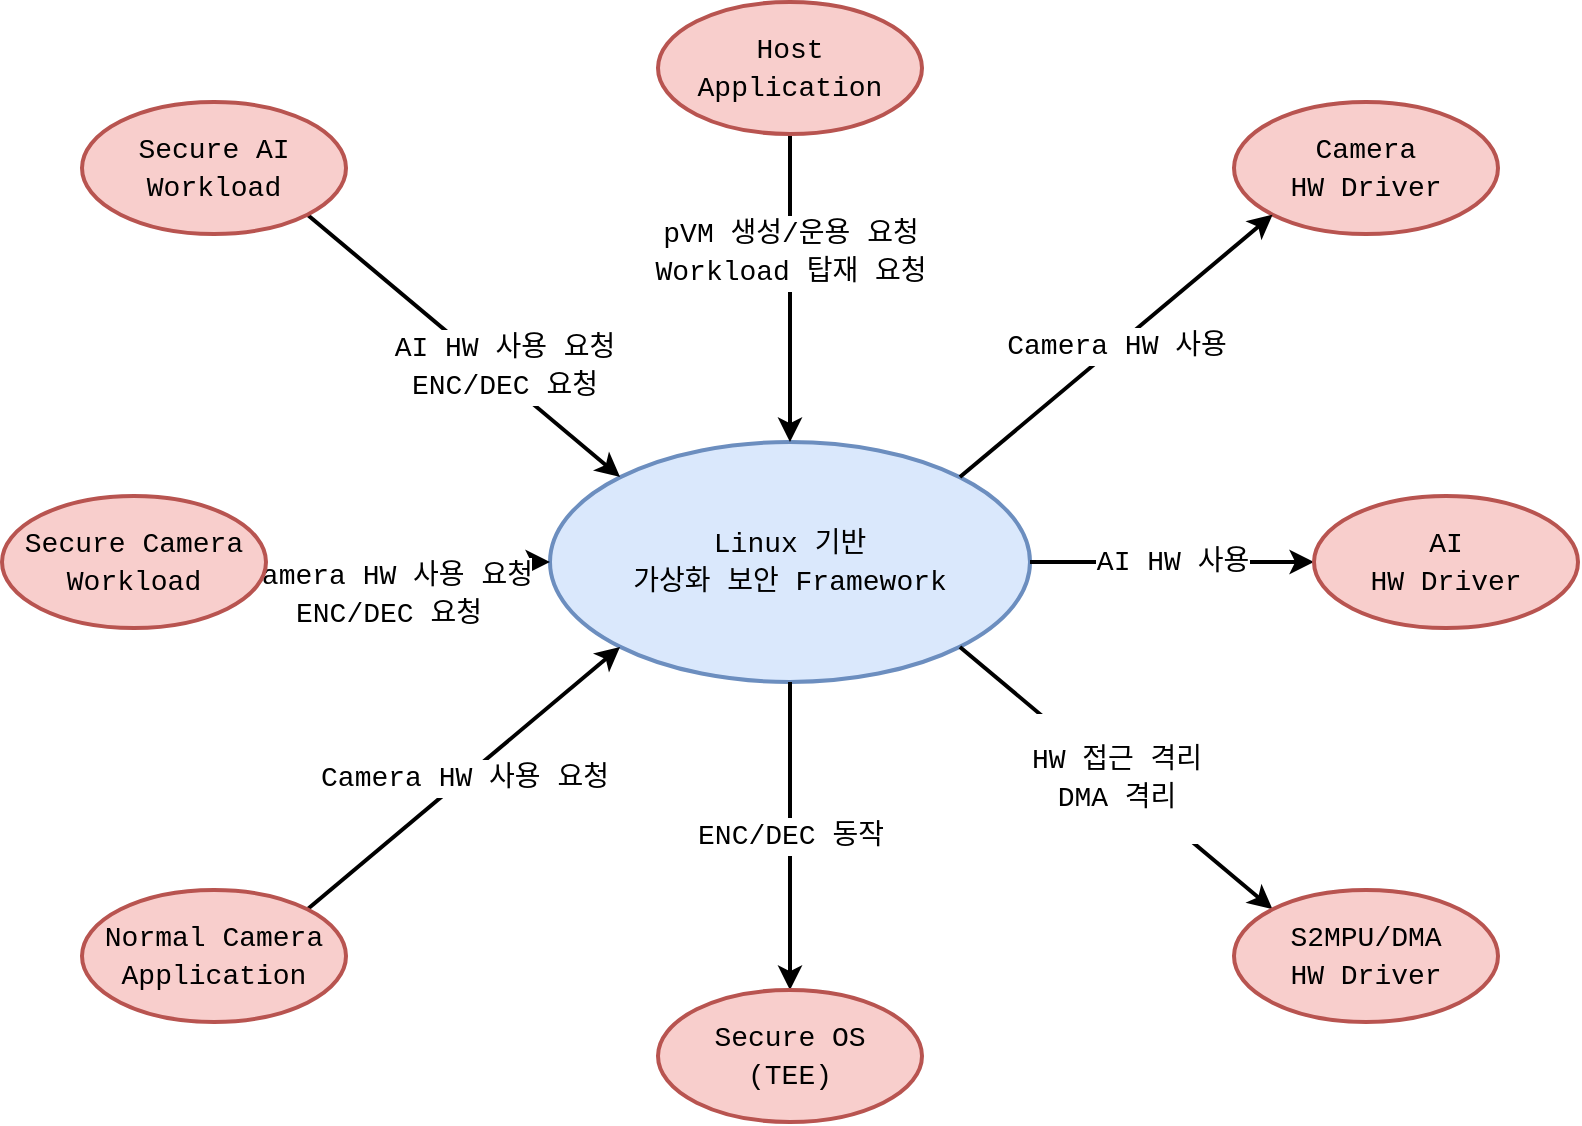
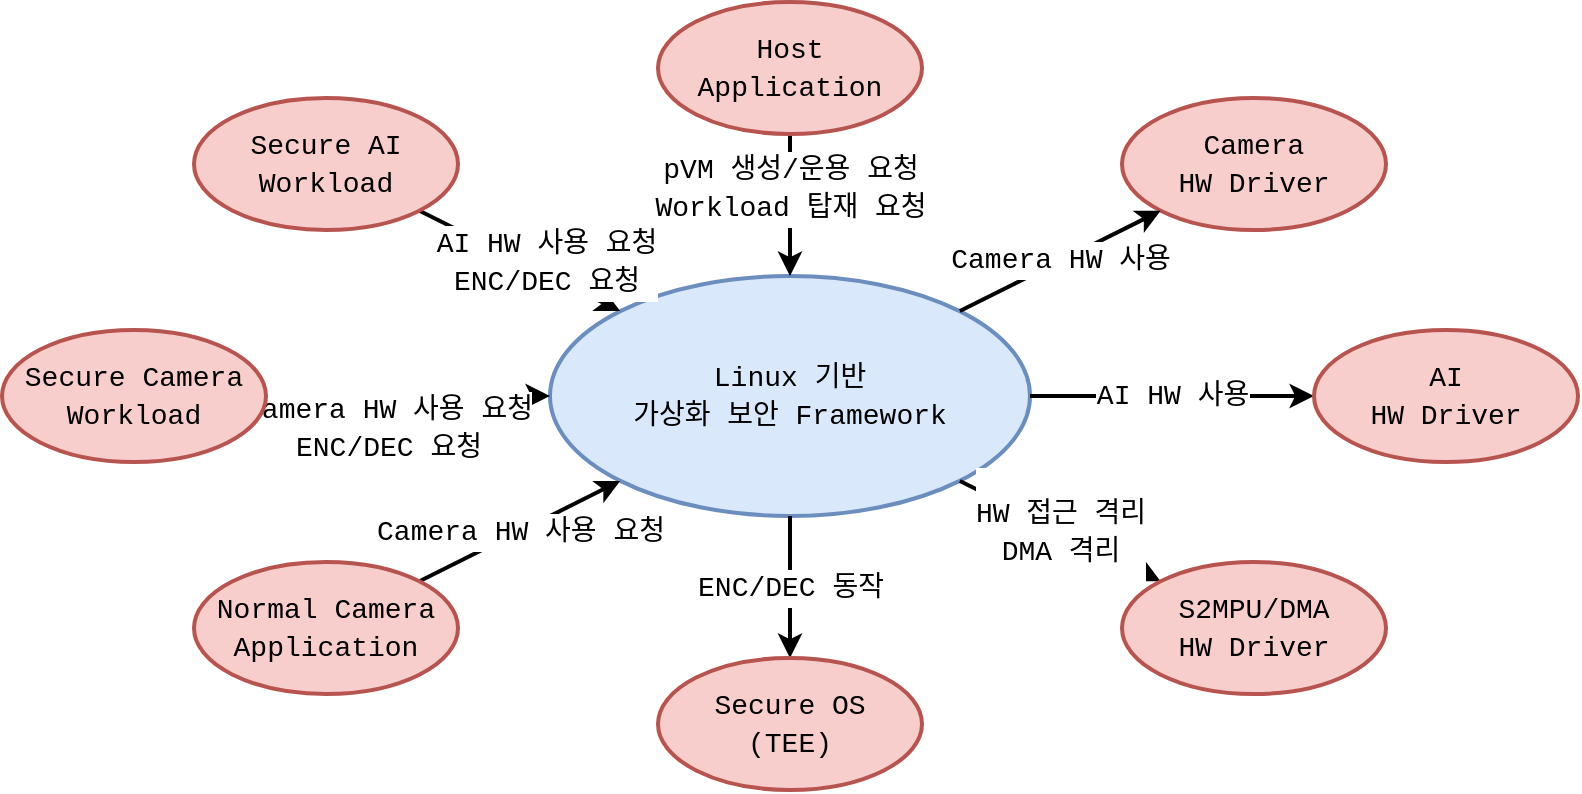
<mxfile host="Electron">
  <diagram name="페이지-1" id="O1gHUZku-QY6lvIbZebq">
    <mxGraphModel dx="320" dy="626" grid="1" gridSize="10" guides="1" tooltips="1" connect="1" arrows="1" fold="1" page="1" pageScale="1" pageWidth="827" pageHeight="1169" math="0" shadow="0">
      <root>
        <mxCell id="0" />
        <mxCell id="1" parent="0" />
        <mxCell id="WeuE258NsUWf7OQpjnIA-1" parent="1" style="ellipse;whiteSpace=wrap;html=1;labelBackgroundColor=none;strokeWidth=2;fillColor=#dae8fc;strokeColor=#6c8ebf;" value="&lt;div style=&quot;font-family: Consolas, &amp;quot;Courier New&amp;quot;, monospace; font-size: 14px; line-height: 19px; white-space: pre;&quot;&gt;&lt;span style=&quot;&quot;&gt;Linux 기반&lt;/span&gt;&lt;/div&gt;&lt;div style=&quot;font-family: Consolas, &amp;quot;Courier New&amp;quot;, monospace; font-size: 14px; line-height: 19px; white-space: pre;&quot;&gt;&lt;span style=&quot;&quot;&gt;가상화 보안 Framework&lt;/span&gt;&lt;/div&gt; " vertex="1">
          <mxGeometry height="120" width="240" x="294" y="260" as="geometry" />
        </mxCell>
        <mxCell id="WeuE258NsUWf7OQpjnIA-2" edge="1" parent="1" source="WeuE258NsUWf7OQpjnIA-3" style="rounded=0;jettySize=auto;html=1;endArrow=classic;endFill=1;strokeWidth=2;startArrow=none;startFill=0;entryX=0.500;entryY=0.000;entryDx=0;entryDy=0;entryPerimeter=0;exitX=0.500;exitY=1.000;exitDx=0;exitDy=0;exitPerimeter=0;" target="WeuE258NsUWf7OQpjnIA-1" value="&lt;div style=&quot;color: rgb(0, 0, 0); background-color: rgb(255, 255, 255); font-family: Consolas, &amp;quot;Courier New&amp;quot;, monospace; font-weight: normal; font-size: 14px; line-height: 19px; white-space: pre;&quot;&gt;&lt;div&gt;&lt;span style=&quot;color: rgb(0, 0, 0);&quot;&gt;pVM 생성/운용 요청&lt;/span&gt;&lt;/div&gt;&lt;div&gt;&lt;span style=&quot;color: rgb(0, 0, 0);&quot;&gt;Workload 탑재 요청&lt;/span&gt;&lt;/div&gt;&lt;/div&gt;">
          <mxGeometry relative="1" x="-0.2381" as="geometry">
            <mxPoint as="offset" />
          </mxGeometry>
        </mxCell>
        <mxCell id="WeuE258NsUWf7OQpjnIA-3" parent="1" style="ellipse;whiteSpace=wrap;html=1;labelBackgroundColor=none;strokeWidth=2;fillColor=#f8cecc;strokeColor=#b85450;" value="&lt;div style=&quot;font-family: Consolas, &amp;quot;Courier New&amp;quot;, monospace; font-size: 14px; line-height: 19px; white-space: pre;&quot;&gt;&lt;div style=&quot;line-height: 19px;&quot;&gt;&lt;span style=&quot;&quot;&gt;Host&lt;/span&gt;&lt;/div&gt;&lt;div style=&quot;line-height: 19px;&quot;&gt;&lt;span style=&quot;&quot;&gt;Application&lt;/span&gt;&lt;/div&gt;&lt;/div&gt; " vertex="1">
-           <mxGeometry height="66" width="132" x="348" y="40" as="geometry" />
+           <mxGeometry height="66" width="132" x="348" y="123" as="geometry" />
        </mxCell>
        <mxCell id="WeuE258NsUWf7OQpjnIA-4" edge="1" parent="1" source="WeuE258NsUWf7OQpjnIA-5" style="rounded=0;jettySize=auto;html=1;endArrow=classic;endFill=1;strokeWidth=2;startArrow=none;startFill=0;entryX=0.146;entryY=0.146;entryDx=0;entryDy=0;entryPerimeter=0;exitX=0.854;exitY=0.854;exitDx=0;exitDy=0;exitPerimeter=0;" target="WeuE258NsUWf7OQpjnIA-1" value="&lt;div style=&quot;color: rgb(0, 0, 0); background-color: rgb(255, 255, 255); font-family: Consolas, &amp;quot;Courier New&amp;quot;, monospace; font-weight: normal; font-size: 14px; line-height: 19px; white-space: pre;&quot;&gt;&lt;div&gt;&lt;span style=&quot;color: rgb(0, 0, 0);&quot;&gt;AI HW 사용 요청&lt;/span&gt;&lt;/div&gt;&lt;div&gt;&lt;span style=&quot;color: rgb(0, 0, 0);&quot;&gt;ENC/DEC 요청&lt;/span&gt;&lt;/div&gt;&lt;/div&gt;">
          <mxGeometry relative="1" x="0.2103" y="5" as="geometry">
            <mxPoint as="offset" />
          </mxGeometry>
        </mxCell>
        <mxCell id="WeuE258NsUWf7OQpjnIA-5" parent="1" style="ellipse;whiteSpace=wrap;html=1;labelBackgroundColor=none;strokeWidth=2;fillColor=#f8cecc;strokeColor=#b85450;" value="&lt;div style=&quot;font-family: Consolas, &amp;quot;Courier New&amp;quot;, monospace; font-size: 14px; line-height: 19px; white-space: pre;&quot;&gt;&lt;div style=&quot;line-height: 19px;&quot;&gt;&lt;div style=&quot;line-height: 19px;&quot;&gt;Secure AI&lt;/div&gt;&lt;div style=&quot;line-height: 19px;&quot;&gt;&lt;span style=&quot;background-color: transparent; color: light-dark(rgb(0, 0, 0), rgb(237, 237, 237));&quot;&gt;Workload&lt;/span&gt;&lt;br&gt;&lt;/div&gt;&lt;/div&gt;&lt;/div&gt; " vertex="1">
-           <mxGeometry height="66" width="132" x="60" y="90" as="geometry" />
+           <mxGeometry height="66" width="132" x="116" y="171" as="geometry" />
        </mxCell>
        <mxCell id="WeuE258NsUWf7OQpjnIA-8" parent="1" style="ellipse;whiteSpace=wrap;html=1;fillColor=#f8cecc;labelBackgroundColor=none;strokeWidth=2;strokeColor=#b85450;" value="&lt;div style=&quot;font-family: Consolas, &amp;quot;Courier New&amp;quot;, monospace; font-size: 14px; line-height: 19px; white-space: pre;&quot;&gt;&lt;div style=&quot;line-height: 19px;&quot;&gt;&lt;div style=&quot;line-height: 19px;&quot;&gt;&lt;div style=&quot;line-height: 19px;&quot;&gt;&lt;div style=&quot;line-height: 19px;&quot;&gt;&lt;div style=&quot;line-height: 19px;&quot;&gt;Camera&lt;/div&gt;&lt;div style=&quot;line-height: 19px;&quot;&gt;HW Driver&lt;/div&gt;&lt;/div&gt;&lt;/div&gt;&lt;/div&gt;&lt;/div&gt;&lt;/div&gt; " vertex="1">
-           <mxGeometry height="66" width="132" x="636" y="90" as="geometry" />
+           <mxGeometry height="66" width="132" x="580" y="171" as="geometry" />
        </mxCell>
        <mxCell id="WeuE258NsUWf7OQpjnIA-9" edge="1" parent="1" source="WeuE258NsUWf7OQpjnIA-10" style="rounded=0;jettySize=auto;html=1;endArrow=none;endFill=0;strokeWidth=2;startArrow=classic;startFill=1;entryX=1.000;entryY=0.500;entryDx=0;entryDy=0;entryPerimeter=0;exitX=0.000;exitY=0.500;exitDx=0;exitDy=0;exitPerimeter=0;" target="WeuE258NsUWf7OQpjnIA-1" value="&lt;div style=&quot;color: rgb(0, 0, 0); background-color: rgb(255, 255, 255); font-family: Consolas, &amp;quot;Courier New&amp;quot;, monospace; font-weight: normal; font-size: 14px; line-height: 19px; white-space: pre;&quot;&gt;&lt;div&gt;&lt;span style=&quot;color: rgb(0, 0, 0);&quot;&gt;AI HW 사용&lt;/span&gt;&lt;/div&gt;&lt;/div&gt;">
          <mxGeometry relative="1" as="geometry" />
        </mxCell>
        <mxCell id="WeuE258NsUWf7OQpjnIA-10" parent="1" style="ellipse;whiteSpace=wrap;html=1;fillColor=#f8cecc;labelBackgroundColor=none;strokeWidth=2;strokeColor=#b85450;" value="&lt;div style=&quot;font-family: Consolas, &amp;quot;Courier New&amp;quot;, monospace; font-size: 14px; line-height: 19px; white-space: pre;&quot;&gt;&lt;div style=&quot;line-height: 19px;&quot;&gt;&lt;div style=&quot;line-height: 19px;&quot;&gt;&lt;div style=&quot;line-height: 19px;&quot;&gt;&lt;div style=&quot;line-height: 19px;&quot;&gt;&lt;div style=&quot;line-height: 19px;&quot;&gt;&lt;div style=&quot;line-height: 19px;&quot;&gt;&lt;div style=&quot;line-height: 19px;&quot;&gt;AI&lt;/div&gt;&lt;div style=&quot;line-height: 19px;&quot;&gt;&lt;span style=&quot;color: light-dark(rgb(0, 0, 0), rgb(237, 237, 237));&quot;&gt;HW Driver&lt;/span&gt;&lt;/div&gt;&lt;/div&gt;&lt;/div&gt;&lt;/div&gt;&lt;/div&gt;&lt;/div&gt;&lt;/div&gt;&lt;/div&gt; " vertex="1">
          <mxGeometry height="66" width="132" x="676" y="287" as="geometry" />
        </mxCell>
        <mxCell id="WeuE258NsUWf7OQpjnIA-11" edge="1" parent="1" source="WeuE258NsUWf7OQpjnIA-12" style="rounded=0;jettySize=auto;html=1;endArrow=none;endFill=0;strokeWidth=2;startArrow=classic;startFill=1;entryX=0.854;entryY=0.854;entryDx=0;entryDy=0;entryPerimeter=0;exitX=0.146;exitY=0.146;exitDx=0;exitDy=0;exitPerimeter=0;" target="WeuE258NsUWf7OQpjnIA-1" value="&lt;br&gt;&lt;div style=&quot;color: rgb(0, 0, 0); background-color: rgb(255, 255, 255); font-family: Consolas, &amp;quot;Courier New&amp;quot;, monospace; font-weight: normal; font-size: 14px; line-height: 19px; white-space: pre;&quot;&gt;&lt;div&gt;&lt;span style=&quot;color: rgb(0, 0, 0);&quot;&gt;HW 접근 격리&lt;/span&gt;&lt;/div&gt;&lt;div&gt;&lt;span style=&quot;color: rgb(0, 0, 0);&quot;&gt;DMA 격리&lt;/span&gt;&lt;/div&gt;&lt;/div&gt;&lt;div&gt;&lt;br/&gt;&lt;/div&gt;">
          <mxGeometry relative="1" as="geometry" />
        </mxCell>
        <mxCell id="WeuE258NsUWf7OQpjnIA-12" parent="1" style="ellipse;whiteSpace=wrap;html=1;fillColor=#f8cecc;labelBackgroundColor=none;strokeWidth=2;strokeColor=#b85450;" value="&lt;div style=&quot;forced-color-adjust: none; color: rgb(0, 0, 0); font-family: Consolas, &amp;quot;Courier New&amp;quot;, monospace; font-size: 14px; font-style: normal; font-variant-ligatures: normal; font-variant-caps: normal; font-weight: 400; letter-spacing: normal; orphans: 2; text-align: center; text-indent: 0px; text-transform: none; widows: 2; word-spacing: 0px; -webkit-text-stroke-width: 0px; white-space: pre; text-decoration-thickness: initial; text-decoration-style: initial; text-decoration-color: initial; line-height: 19px;&quot;&gt;S2MPU/DMA&lt;/div&gt;&lt;div style=&quot;forced-color-adjust: none; color: rgb(0, 0, 0); font-family: Consolas, &amp;quot;Courier New&amp;quot;, monospace; font-size: 14px; font-style: normal; font-variant-ligatures: normal; font-variant-caps: normal; font-weight: 400; letter-spacing: normal; orphans: 2; text-align: center; text-indent: 0px; text-transform: none; widows: 2; word-spacing: 0px; -webkit-text-stroke-width: 0px; white-space: pre; text-decoration-thickness: initial; text-decoration-style: initial; text-decoration-color: initial; line-height: 19px;&quot;&gt;HW Driver&lt;/div&gt;" vertex="1">
-           <mxGeometry height="66" width="132" x="636" y="484" as="geometry" />
+           <mxGeometry height="66" width="132" x="580" y="403" as="geometry" />
        </mxCell>
        <mxCell id="WeuE258NsUWf7OQpjnIA-13" edge="1" parent="1" source="WeuE258NsUWf7OQpjnIA-14" style="rounded=0;jettySize=auto;html=1;endArrow=classic;endFill=1;strokeWidth=2;startArrow=none;startFill=0;entryX=0.146;entryY=0.854;entryDx=0;entryDy=0;entryPerimeter=0;exitX=0.854;exitY=0.146;exitDx=0;exitDy=0;exitPerimeter=0;" target="WeuE258NsUWf7OQpjnIA-1" value="&lt;div style=&quot;color: rgb(0, 0, 0); background-color: rgb(255, 255, 255); font-family: Consolas, &amp;quot;Courier New&amp;quot;, monospace; font-weight: normal; font-size: 14px; line-height: 19px; white-space: pre;&quot;&gt;&lt;div&gt;&lt;span style=&quot;color: rgb(0, 0, 0);&quot;&gt;Camera HW 사용 요청&lt;/span&gt;&lt;/div&gt;&lt;/div&gt;">
          <mxGeometry relative="1" as="geometry" />
        </mxCell>
        <mxCell id="WeuE258NsUWf7OQpjnIA-14" parent="1" style="ellipse;whiteSpace=wrap;html=1;labelBackgroundColor=none;strokeWidth=2;fillColor=#f8cecc;strokeColor=#b85450;" value="&lt;div style=&quot;font-family: Consolas, &amp;quot;Courier New&amp;quot;, monospace; font-size: 14px; line-height: 19px; white-space: pre;&quot;&gt;&lt;div style=&quot;line-height: 19px;&quot;&gt;&lt;div style=&quot;line-height: 19px;&quot;&gt;&lt;div style=&quot;line-height: 19px;&quot;&gt;&lt;div style=&quot;line-height: 19px;&quot;&gt;Normal Camera&lt;/div&gt;&lt;div style=&quot;line-height: 19px;&quot;&gt;Application&lt;/div&gt;&lt;/div&gt;&lt;/div&gt;&lt;/div&gt;&lt;/div&gt; " vertex="1">
-           <mxGeometry height="66" width="132" x="60" y="484" as="geometry" />
+           <mxGeometry height="66" width="132" x="116" y="403" as="geometry" />
        </mxCell>
        <mxCell id="WeuE258NsUWf7OQpjnIA-15" edge="1" parent="1" source="WeuE258NsUWf7OQpjnIA-16" style="rounded=0;jettySize=auto;html=1;endArrow=none;endFill=0;strokeWidth=2;startArrow=classic;startFill=1;entryX=0.500;entryY=1.000;entryDx=0;entryDy=0;entryPerimeter=0;exitX=0.500;exitY=0.000;exitDx=0;exitDy=0;exitPerimeter=0;" target="WeuE258NsUWf7OQpjnIA-1" value="&lt;div style=&quot;color: rgb(0, 0, 0); background-color: rgb(255, 255, 255); font-family: Consolas, &amp;quot;Courier New&amp;quot;, monospace; font-weight: normal; font-size: 14px; line-height: 19px; white-space: pre;&quot;&gt;&lt;div&gt;&lt;span style=&quot;color: rgb(0, 0, 0);&quot;&gt;ENC/DEC 동작&lt;/span&gt;&lt;/div&gt;&lt;/div&gt;">
          <mxGeometry relative="1" as="geometry" />
        </mxCell>
        <mxCell id="WeuE258NsUWf7OQpjnIA-16" parent="1" style="ellipse;whiteSpace=wrap;html=1;fillColor=#f8cecc;labelBackgroundColor=none;strokeWidth=2;strokeColor=#b85450;" value="&lt;div style=&quot;font-family: Consolas, &amp;quot;Courier New&amp;quot;, monospace; font-size: 14px; line-height: 19px; white-space: pre;&quot;&gt;&lt;div style=&quot;line-height: 19px;&quot;&gt;&lt;div style=&quot;line-height: 19px;&quot;&gt;&lt;div style=&quot;line-height: 19px;&quot;&gt;&lt;div style=&quot;line-height: 19px;&quot;&gt;&lt;div style=&quot;line-height: 19px;&quot;&gt;&lt;div style=&quot;line-height: 19px;&quot;&gt;Secure OS&lt;/div&gt;&lt;div style=&quot;line-height: 19px;&quot;&gt;(TEE)&lt;/div&gt;&lt;/div&gt;&lt;/div&gt;&lt;/div&gt;&lt;/div&gt;&lt;/div&gt;&lt;/div&gt; " vertex="1">
-           <mxGeometry height="66" width="132" x="348" y="534" as="geometry" />
+           <mxGeometry height="66" width="132" x="348" y="451" as="geometry" />
        </mxCell>
        <mxCell id="WeuE258NsUWf7OQpjnIA-17" edge="1" parent="1" source="WeuE258NsUWf7OQpjnIA-18" style="rounded=0;jettySize=auto;html=1;endArrow=classic;endFill=1;strokeWidth=2;startArrow=none;startFill=0;entryX=0.000;entryY=0.500;entryDx=0;entryDy=0;entryPerimeter=0;exitX=1.000;exitY=0.500;exitDx=0;exitDy=0;exitPerimeter=0;" target="WeuE258NsUWf7OQpjnIA-1" value="&lt;div style=&quot;color: rgb(0, 0, 0); background-color: rgb(255, 255, 255); font-family: Consolas, &amp;quot;Courier New&amp;quot;, monospace; font-weight: normal; font-size: 14px; line-height: 19px; white-space: pre;&quot;&gt;&lt;div&gt;&lt;span style=&quot;color: rgb(0, 0, 0);&quot;&gt;Camera HW 사용 요청&lt;/span&gt;&lt;/div&gt;&lt;div&gt;&lt;span style=&quot;color: rgb(0, 0, 0);&quot;&gt;ENC/DEC 요청&lt;/span&gt;&lt;/div&gt;&lt;/div&gt;">
          <mxGeometry relative="1" x="-0.145" y="-16" as="geometry">
            <mxPoint as="offset" />
          </mxGeometry>
        </mxCell>
        <mxCell id="WeuE258NsUWf7OQpjnIA-18" parent="1" style="ellipse;whiteSpace=wrap;html=1;labelBackgroundColor=none;strokeWidth=2;fillColor=#f8cecc;strokeColor=#b85450;" value="&lt;div style=&quot;font-family: Consolas, &amp;quot;Courier New&amp;quot;, monospace; font-size: 14px; line-height: 19px; white-space: pre;&quot;&gt;&lt;div style=&quot;line-height: 19px;&quot;&gt;&lt;div style=&quot;line-height: 19px;&quot;&gt;&lt;div style=&quot;line-height: 19px;&quot;&gt;Secure Camera&lt;/div&gt;&lt;div style=&quot;line-height: 19px;&quot;&gt;Workload&lt;/div&gt;&lt;/div&gt;&lt;/div&gt;&lt;/div&gt; " vertex="1">
          <mxGeometry height="66" width="132" x="20" y="287" as="geometry" />
        </mxCell>
        <mxCell id="WeuE258NsUWf7OQpjnIA-19" edge="1" parent="1" source="WeuE258NsUWf7OQpjnIA-8" style="rounded=0;jettySize=auto;html=1;endArrow=none;endFill=0;strokeWidth=2;startArrow=classic;startFill=1;entryX=0.854;entryY=0.146;entryDx=0;entryDy=0;entryPerimeter=0;exitX=0.146;exitY=0.854;exitDx=0;exitDy=0;exitPerimeter=0;" target="WeuE258NsUWf7OQpjnIA-1" value="&lt;div style=&quot;color: rgb(0, 0, 0); background-color: rgb(255, 255, 255); font-family: Consolas, &amp;quot;Courier New&amp;quot;, monospace; font-weight: normal; font-size: 14px; line-height: 19px; white-space: pre;&quot;&gt;&lt;div&gt;&lt;span style=&quot;color: rgb(0, 0, 0);&quot;&gt;Camera HW 사용&lt;/span&gt;&lt;/div&gt;&lt;/div&gt;">
          <mxGeometry relative="1" as="geometry" />
        </mxCell>
      </root>
    </mxGraphModel>
  </diagram>
</mxfile>
